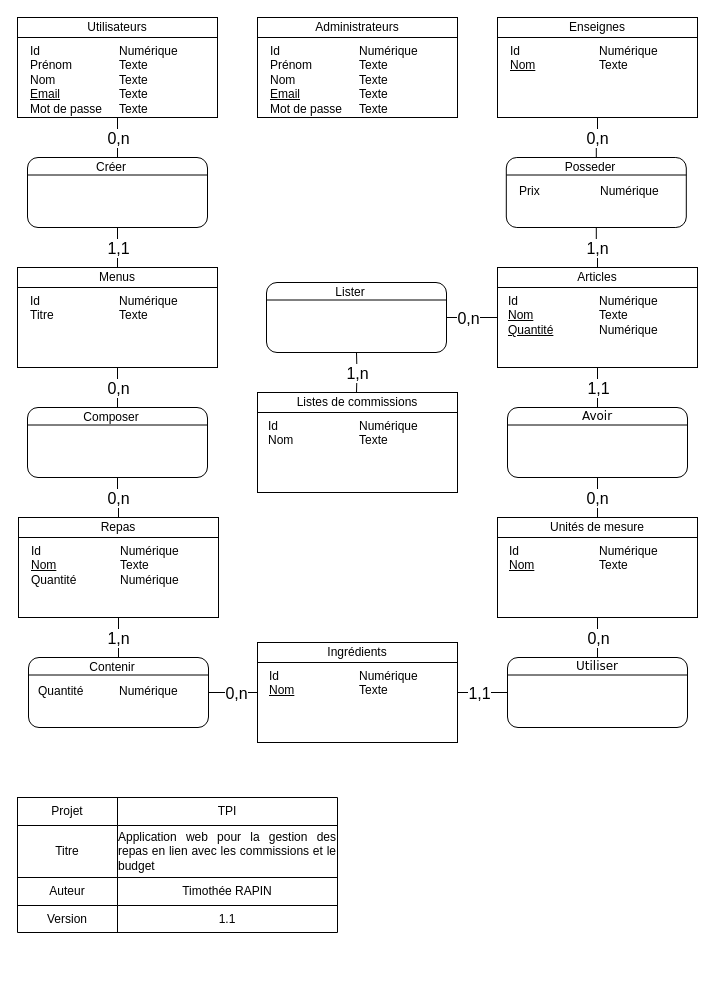
Above: Documentation/MCD-MLD/MCD.drawio in TimotheeRapin/WebAppGestionRepas (draw.io), before the change. Source tidied: cells renumbered, new cells numbered last; positions are measured from the earlier drawing's top-left corner, leaving out a move shared by most shapes. Both pictures are drawn from the tidied source at 100%, with x=0, y=0 at pixel (17, 17).
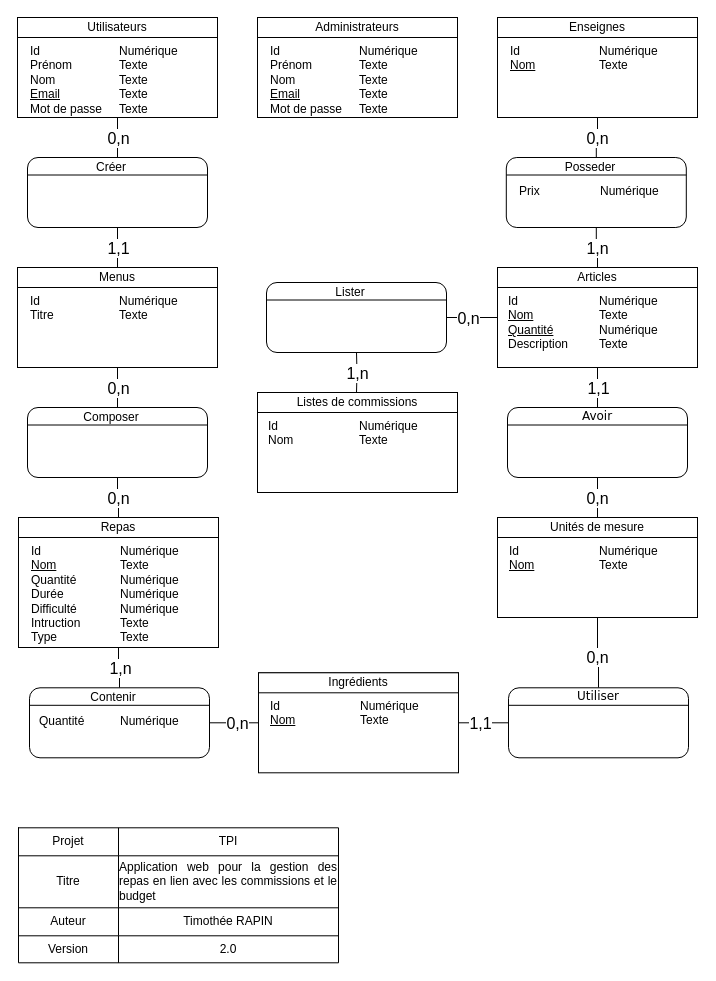
Above is the later version.

The change refers to these unchanged cells:
```xml
<mxCell id="12" style="shape=partialRectangle;html=1;whiteSpace=wrap;fillColor=none;top=0;left=0;bottom=0;right=0;" parent="2" vertex="1">
  <mxGeometry y="108" width="320" height="27" as="geometry" />
</mxCell>
<mxCell id="57" style="edgeStyle=orthogonalEdgeStyle;html=1;labelBackgroundColor=none;startArrow=none;endArrow=none;fontFamily=Verdana;fontSize=12;align=left;entryX=0.5;entryY=0;entryDx=0;entryDy=0;startFill=0;endFill=0;rounded=0;exitX=0.5;exitY=1;exitDx=0;exitDy=0;" parent="1" edge="1" source="46" target="59">
  <mxGeometry relative="1" as="geometry" />
</mxCell>
<mxCell id="83" style="edgeStyle=orthogonalEdgeStyle;html=1;labelBackgroundColor=none;startArrow=none;endArrow=none;fontFamily=Verdana;fontSize=12;align=left;entryX=0.5;entryY=0;entryDx=0;entryDy=0;startFill=0;endFill=0;rounded=0;exitX=0.5;exitY=1;exitDx=0;exitDy=0;" parent="1" edge="1" source="73" target="85">
  <mxGeometry relative="1" as="geometry" />
</mxCell>
```

What changed in the source:
```diff
@@
     <mxCell id="2" style="shape=table;html=1;whiteSpace=wrap;startSize=0;childLayout=tableLayout;" parent="1" vertex="1">
-      <mxGeometry y="780" width="320" height="135" as="geometry" />
+      <mxGeometry x="1" y="810.3" width="320" height="135" as="geometry" />
     </mxCell>
@@
-    <mxCell id="14" value="1.1" style="shape=partialRectangle;html=1;whiteSpace=wrap;overflow=hidden;fillColor=none;top=0;left=0;bottom=0;right=0;" parent="12" vertex="1">
+    <mxCell id="14" value="2.0" style="shape=partialRectangle;html=1;whiteSpace=wrap;overflow=hidden;fillColor=none;top=0;left=0;bottom=0;right=0;" parent="12" vertex="1">
       <mxGeometry x="100" width="220" height="27" as="geometry" />
     </mxCell>
@@
-    <mxCell id="36" value="Id&lt;br style=&quot;border-color: var(--border-color);&quot;&gt;&lt;u&gt;Nom&lt;br&gt;Quantité&lt;br&gt;&lt;/u&gt;" style="text;html=1;strokeColor=none;fillColor=none;align=left;verticalAlign=top;whiteSpace=wrap;rounded=0;" parent="1" vertex="1">
+    <mxCell id="36" value="Id&lt;br style=&quot;border-color: var(--border-color);&quot;&gt;&lt;u&gt;Nom&lt;/u&gt;&lt;br&gt;&lt;u&gt;Quantité&lt;/u&gt;&lt;br&gt;Description" style="text;html=1;strokeColor=none;fillColor=none;align=left;verticalAlign=top;whiteSpace=wrap;rounded=0;" parent="1" vertex="1">
       <mxGeometry x="489" y="270" width="92" height="60" as="geometry" />
     </mxCell>
-    <mxCell id="37" value="Numérique&lt;br style=&quot;border-color: var(--border-color);&quot;&gt;Texte&lt;br style=&quot;border-color: var(--border-color);&quot;&gt;Numérique" style="text;html=1;strokeColor=none;fillColor=none;align=left;verticalAlign=top;whiteSpace=wrap;rounded=0;" parent="1" vertex="1">
+    <mxCell id="37" value="Numérique&lt;br style=&quot;border-color: var(--border-color);&quot;&gt;Texte&lt;br style=&quot;border-color: var(--border-color);&quot;&gt;Numérique&lt;br&gt;Texte" style="text;html=1;strokeColor=none;fillColor=none;align=left;verticalAlign=top;whiteSpace=wrap;rounded=0;" parent="1" vertex="1">
       <mxGeometry x="580" y="270" width="100" height="50" as="geometry" />
     </mxCell>
@@
     <mxCell id="42" value="&lt;div style=&quot;box-sizing: border-box ; width: 100% ; padding: 2px&quot;&gt;&lt;br&gt;&lt;/div&gt;" style="verticalAlign=top;align=center;overflow=fill;html=1;rounded=0;shadow=0;comic=0;labelBackgroundColor=none;strokeColor=#000000;strokeWidth=1;fillColor=#ffffff;fontFamily=Verdana;fontSize=12;fontColor=#000000;" parent="1" vertex="1">
-      <mxGeometry x="240" y="625" width="200" height="100" as="geometry" />
+      <mxGeometry x="241" y="655.3" width="200" height="100" as="geometry" />
     </mxCell>
     <mxCell id="43" value="Ingrédients" style="rounded=0;whiteSpace=wrap;html=1;" parent="1" vertex="1">
-      <mxGeometry x="240" y="625" width="200" height="20" as="geometry" />
+      <mxGeometry x="241" y="655.3" width="200" height="20" as="geometry" />
     </mxCell>
     <mxCell id="44" value="Id&lt;br style=&quot;border-color: var(--border-color);&quot;&gt;&lt;u&gt;Nom&lt;br&gt;&lt;/u&gt;" style="text;html=1;strokeColor=none;fillColor=none;align=left;verticalAlign=top;whiteSpace=wrap;rounded=0;" parent="1" vertex="1">
-      <mxGeometry x="250" y="645" width="91" height="60" as="geometry" />
+      <mxGeometry x="251" y="675.3" width="91" height="60" as="geometry" />
     </mxCell>
     <mxCell id="45" value="Numérique&lt;br style=&quot;border-color: var(--border-color);&quot;&gt;Texte" style="text;html=1;strokeColor=none;fillColor=none;align=left;verticalAlign=top;whiteSpace=wrap;rounded=0;" parent="1" vertex="1">
-      <mxGeometry x="340" y="645" width="100" height="50" as="geometry" />
+      <mxGeometry x="341" y="675.3" width="100" height="50" as="geometry" />
     </mxCell>
     <mxCell id="46" value="&lt;div style=&quot;box-sizing: border-box ; width: 100% ; padding: 2px&quot;&gt;&lt;br&gt;&lt;/div&gt;" style="verticalAlign=top;align=center;overflow=fill;html=1;rounded=0;shadow=0;comic=0;labelBackgroundColor=none;strokeColor=#000000;strokeWidth=1;fillColor=#ffffff;fontFamily=Verdana;fontSize=12;fontColor=#000000;" parent="1" vertex="1">
-      <mxGeometry x="1" y="500" width="200" height="100" as="geometry" />
+      <mxGeometry x="1" y="500" width="200" height="130" as="geometry" />
     </mxCell>
@@
-    <mxCell id="48" value="Id&lt;br style=&quot;border-color: var(--border-color);&quot;&gt;&lt;u&gt;Nom&lt;/u&gt;&lt;br&gt;Quantité" style="text;html=1;strokeColor=none;fillColor=none;align=left;verticalAlign=top;whiteSpace=wrap;rounded=0;" parent="1" vertex="1">
+    <mxCell id="48" value="Id&lt;br style=&quot;border-color: var(--border-color);&quot;&gt;&lt;u&gt;Nom&lt;/u&gt;&lt;br&gt;Quantité&lt;br&gt;Durée&lt;br&gt;Difficulté&lt;br&gt;Intruction&lt;br&gt;Type" style="text;html=1;strokeColor=none;fillColor=none;align=left;verticalAlign=top;whiteSpace=wrap;rounded=0;" parent="1" vertex="1">
       <mxGeometry x="12" y="520" width="90" height="60" as="geometry" />
     </mxCell>
-    <mxCell id="49" value="Numérique&lt;br style=&quot;border-color: var(--border-color);&quot;&gt;Texte&lt;br style=&quot;border-color: var(--border-color);&quot;&gt;Numérique" style="text;html=1;strokeColor=none;fillColor=none;align=left;verticalAlign=top;whiteSpace=wrap;rounded=0;" parent="1" vertex="1">
+    <mxCell id="49" value="Numérique&lt;br style=&quot;border-color: var(--border-color);&quot;&gt;Texte&lt;br style=&quot;border-color: var(--border-color);&quot;&gt;Numérique&lt;br&gt;Numérique&lt;br&gt;Numérique&lt;br&gt;Texte&lt;br&gt;Texte" style="text;html=1;strokeColor=none;fillColor=none;align=left;verticalAlign=top;whiteSpace=wrap;rounded=0;" parent="1" vertex="1">
       <mxGeometry x="101" y="520" width="100" height="50" as="geometry" />
     </mxCell>
@@
     <mxCell id="58" value="1,n" style="text;html=1;align=center;verticalAlign=middle;labelBackgroundColor=#ffffff;direction=south;fontSize=16;" parent="57" vertex="1">
       <mxGeometry x="-0.77" y="-1" relative="1" as="geometry">
-        <mxPoint y="15" as="offset" />
+        <mxPoint x="2" y="15" as="offset" />
       </mxGeometry>
     </mxCell>
     <mxCell id="59" value="&lt;div style=&quot;box-sizing: border-box ; width: 100% ; padding: 2px&quot;&gt;&lt;br&gt;&lt;/div&gt;" style="verticalAlign=top;align=center;overflow=fill;html=1;rounded=1;shadow=0;comic=0;labelBackgroundColor=none;strokeColor=#000000;strokeWidth=1;fillColor=#ffffff;fontFamily=Verdana;fontSize=12;fontColor=#000000;" parent="1" vertex="1">
-      <mxGeometry x="11" y="640" width="180" height="70" as="geometry" />
+      <mxGeometry x="12" y="670.3" width="180" height="70" as="geometry" />
     </mxCell>
@@
     <mxCell id="63" value="Contenir" style="text;html=1;strokeColor=none;fillColor=none;align=center;verticalAlign=middle;whiteSpace=wrap;rounded=0;" parent="1" vertex="1">
-      <mxGeometry x="35" y="640" width="120" height="20" as="geometry" />
+      <mxGeometry x="36" y="670.3" width="120" height="20" as="geometry" />
     </mxCell>
@@
     <mxCell id="84" value="0,n" style="text;html=1;align=center;verticalAlign=middle;labelBackgroundColor=#ffffff;direction=south;fontSize=16;" parent="83" vertex="1">
       <mxGeometry x="-0.77" y="-1" relative="1" as="geometry">
-        <mxPoint x="1" y="15" as="offset" />
+        <mxPoint y="31" as="offset" />
       </mxGeometry>
     </mxCell>
     <mxCell id="85" value="&lt;div style=&quot;box-sizing: border-box ; width: 100% ; padding: 2px&quot;&gt;Utiliser&lt;/div&gt;" style="verticalAlign=top;align=center;overflow=fill;html=1;rounded=1;shadow=0;comic=0;labelBackgroundColor=none;strokeColor=#000000;strokeWidth=1;fillColor=#ffffff;fontFamily=Verdana;fontSize=12;fontColor=#000000;" parent="1" vertex="1">
-      <mxGeometry x="490" y="640" width="180" height="70" as="geometry" />
+      <mxGeometry x="491" y="670.3" width="180" height="70" as="geometry" />
     </mxCell>
@@
     <mxCell id="100" value="Quantité" style="text;html=1;strokeColor=none;fillColor=none;align=left;verticalAlign=top;whiteSpace=wrap;rounded=0;" parent="1" vertex="1">
-      <mxGeometry x="19" y="660" width="90" height="60" as="geometry" />
+      <mxGeometry x="20" y="690.3" width="90" height="60" as="geometry" />
     </mxCell>
     <mxCell id="101" value="Numérique" style="text;html=1;strokeColor=none;fillColor=none;align=left;verticalAlign=top;whiteSpace=wrap;rounded=0;" parent="1" vertex="1">
-      <mxGeometry x="100" y="660" width="100" height="50" as="geometry" />
+      <mxGeometry x="101" y="690.3" width="100" height="50" as="geometry" />
     </mxCell>
```
